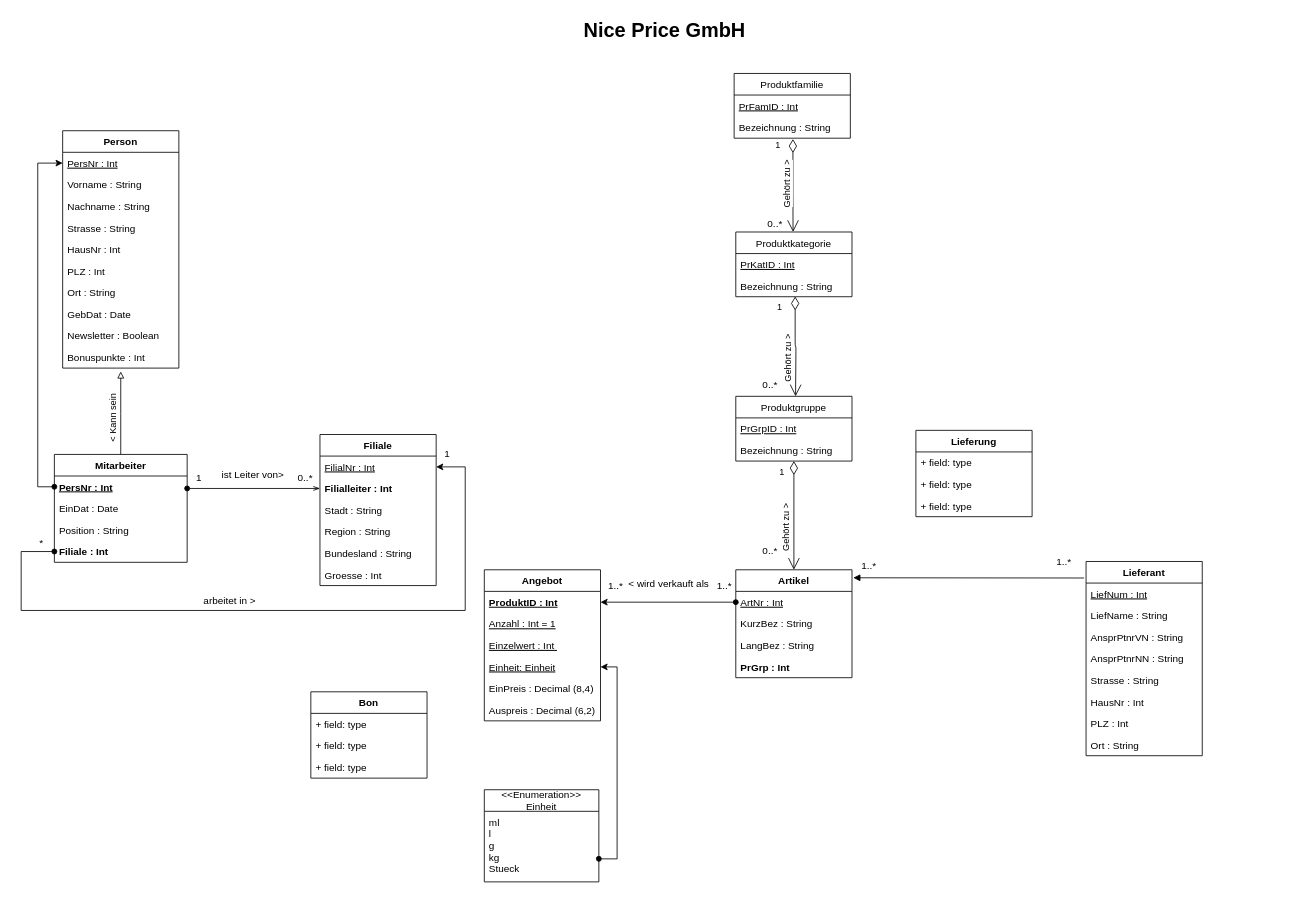
Before: NicePriceUML.drawio in Resteklicken/DBS, a draw.io diagram. Source tidied: cells renumbered, new cells numbered last; positions are measured from the earlier drawing's top-left corner, leaving out a move shared by most shapes. Both pictures are drawn from the tidied source at 83%, with x=0, y=0 at pixel (21, 14).
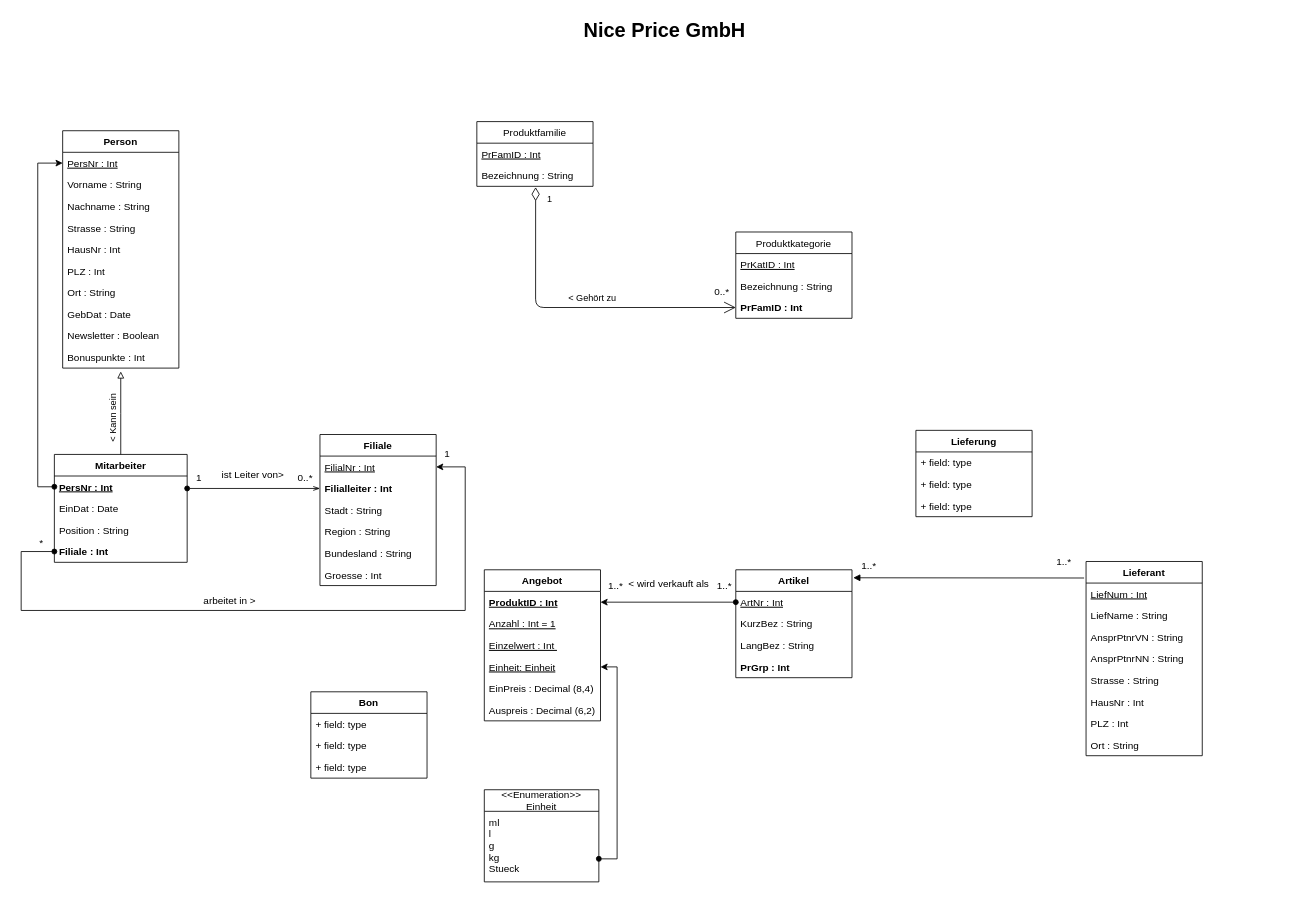
After the change.

Commit message:
Tried to add Produkt Oberklasse IDs

Unchanged cells that the change refers to:
```xml
<mxCell id="28" value="Artikel" style="swimlane;fontStyle=1;horizontal=1;startSize=26;fillColor=none;" parent="1" vertex="1">
  <mxGeometry x="861" y="669" width="140" height="130" as="geometry" />
</mxCell>
<mxCell id="40" value="Bezeichnung : String" style="text;strokeColor=none;fillColor=none;align=left;verticalAlign=top;spacingLeft=4;spacingRight=4;overflow=hidden;points=[[0,0.5],[1,0.5]];portConstraint=eastwest;" parent="38" vertex="1">
  <mxGeometry y="52" width="140" height="26" as="geometry" />
</mxCell>
<mxCell id="48" value="Bezeichnung : String" style="text;strokeColor=none;fillColor=none;align=left;verticalAlign=top;spacingLeft=4;spacingRight=4;overflow=hidden;points=[[0,0.5],[1,0.5]];portConstraint=eastwest;" parent="46" vertex="1">
  <mxGeometry y="52" width="140" height="26" as="geometry" />
</mxCell>
```

What changed in the source:
```diff
@@
     <mxCell id="38" value="Produktfamilie" style="swimlane;fontStyle=0;horizontal=1;startSize=26;fillColor=none;" parent="1" vertex="1">
-      <mxGeometry x="859" y="71" width="140" height="78" as="geometry" />
+      <mxGeometry x="549" y="129" width="140" height="78" as="geometry" />
     </mxCell>
@@
-    <mxCell id="41" value="1" style="endArrow=open;html=1;endSize=12;startArrow=diamondThin;startSize=14;startFill=0;edgeStyle=orthogonalEdgeStyle;align=left;verticalAlign=bottom;horizontal=1;entryX=0.506;entryY=1.038;entryDx=0;entryDy=0;entryPerimeter=0;exitX=0.506;exitY=1.038;exitDx=0;exitDy=0;exitPerimeter=0;" parent="38" edge="1" source="40">
-      <mxGeometry x="-0.71" y="-23" relative="1" as="geometry">
-        <mxPoint x="71" y="191" as="targetPoint" />
-      </mxGeometry>
-    </mxCell>
-    <mxCell id="42" value="Gehört zu &amp;gt;" style="edgeLabel;html=1;align=center;verticalAlign=middle;horizontal=0;" parent="41" vertex="1">
-      <mxGeometry x="0.12" relative="1" as="geometry">
-        <mxPoint x="-8" y="-7.2" as="offset" />
-      </mxGeometry>
-    </mxCell>
-    <mxCell id="43" value="Produktgruppe" style="swimlane;fontStyle=0;horizontal=1;startSize=26;fillColor=none;" parent="1" vertex="1">
-      <mxGeometry x="861" y="460" width="140" height="78" as="geometry" />
-    </mxCell>
-    <mxCell id="44" value="PrGrpID : Int" style="text;strokeColor=none;fillColor=none;align=left;verticalAlign=top;spacingLeft=4;spacingRight=4;overflow=hidden;fontStyle=4;" parent="43" vertex="1">
-      <mxGeometry y="26" width="140" height="26" as="geometry" />
-    </mxCell>
-    <mxCell id="45" value="Bezeichnung : String" style="text;strokeColor=none;fillColor=none;align=left;verticalAlign=top;spacingLeft=4;spacingRight=4;overflow=hidden;points=[[0,0.5],[1,0.5]];portConstraint=eastwest;" parent="43" vertex="1">
-      <mxGeometry y="52" width="140" height="26" as="geometry" />
-    </mxCell>
     <mxCell id="46" value="Produktkategorie" style="swimlane;fontStyle=0;horizontal=1;startSize=26;fillColor=none;" parent="1" vertex="1">
-      <mxGeometry x="861" y="262" width="140" height="78" as="geometry" />
+      <mxGeometry x="861" y="262" width="140" height="104" as="geometry" />
     </mxCell>
@@
-    <mxCell id="49" value="1" style="endArrow=open;html=1;endSize=12;startArrow=diamondThin;startSize=14;startFill=0;edgeStyle=orthogonalEdgeStyle;align=left;verticalAlign=bottom;horizontal=1;entryX=0.511;entryY=0.985;entryDx=0;entryDy=0;entryPerimeter=0;exitX=0.511;exitY=0.985;exitDx=0;exitDy=0;exitPerimeter=0;" parent="46" edge="1" source="48">
-      <mxGeometry x="-0.65" y="-24" relative="1" as="geometry">
-        <mxPoint x="72" y="198" as="targetPoint" />
-      </mxGeometry>
-    </mxCell>
-    <mxCell id="50" value="Gehört zu &amp;gt;" style="edgeLabel;html=1;align=center;verticalAlign=middle;horizontal=0;" parent="49" vertex="1">
-      <mxGeometry x="0.12" relative="1" as="geometry">
-        <mxPoint x="-9.8" y="8.2" as="offset" />
-      </mxGeometry>
-    </mxCell>
+    <mxCell id="94" value="PrFamID : Int" style="text;strokeColor=none;fillColor=none;align=left;verticalAlign=top;spacingLeft=4;spacingRight=4;overflow=hidden;points=[[0,0.5],[1,0.5]];portConstraint=eastwest;fontStyle=1;" parent="46" vertex="1">
+      <mxGeometry y="78" width="140" height="26" as="geometry" />
+    </mxCell>
     <mxCell id="51" value="0..*" style="text;html=1;align=center;verticalAlign=middle;fillColor=none;strokeColor=none;rounded=0;" parent="1" vertex="1">
-      <mxGeometry x="894" y="244" width="28" height="18" as="geometry" />
+      <mxGeometry x="830" y="326" width="28" height="18" as="geometry" />
     </mxCell>
-    <mxCell id="52" value="0..*" style="text;html=1;align=center;verticalAlign=middle;fillColor=none;strokeColor=none;rounded=0;" parent="1" vertex="1">
-      <mxGeometry x="888" y="437" width="28" height="18" as="geometry" />
-    </mxCell>
-    <mxCell id="53" value="0..*" style="text;html=1;align=center;verticalAlign=middle;fillColor=none;strokeColor=none;rounded=0;" parent="1" vertex="1">
-      <mxGeometry x="888" y="638" width="28" height="18" as="geometry" />
-    </mxCell>
-    <mxCell id="54" value="1" style="endArrow=open;html=1;endSize=12;startArrow=diamondThin;startSize=14;startFill=0;edgeStyle=orthogonalEdgeStyle;align=left;verticalAlign=bottom;horizontal=1;exitX=0.5;exitY=1;exitDx=0;exitDy=0;exitPerimeter=0;" parent="1" edge="1" source="45" target="28">
-      <mxGeometry x="-0.67" y="-19" relative="1" as="geometry" />
-    </mxCell>
-    <mxCell id="55" value="Gehört zu &amp;gt;" style="edgeLabel;html=1;align=center;verticalAlign=middle;horizontal=0;" parent="54" vertex="1">
-      <mxGeometry x="0.12" relative="1" as="geometry">
-        <mxPoint x="-9.8" y="8.2" as="offset" />
-      </mxGeometry>
-    </mxCell>
@@
+    <mxCell id="41" value="1" style="endArrow=open;html=1;endSize=12;startArrow=diamondThin;startSize=14;startFill=0;edgeStyle=orthogonalEdgeStyle;align=left;verticalAlign=bottom;horizontal=1;entryX=0;entryY=0.5;entryDx=0;entryDy=0;exitX=0.506;exitY=1.038;exitDx=0;exitDy=0;exitPerimeter=0;" parent="1" edge="1" source="40" target="94">
+      <mxGeometry x="-0.88" y="12" relative="1" as="geometry" />
+    </mxCell>
+    <mxCell id="42" value="&amp;lt; Gehört zu" style="edgeLabel;html=1;align=center;verticalAlign=middle;horizontal=0;rotation=90;" parent="41" vertex="1">
+      <mxGeometry x="0.12" relative="1" as="geometry">
+        <mxPoint x="-3.3" y="-11.5" as="offset" />
+      </mxGeometry>
+    </mxCell>
```
